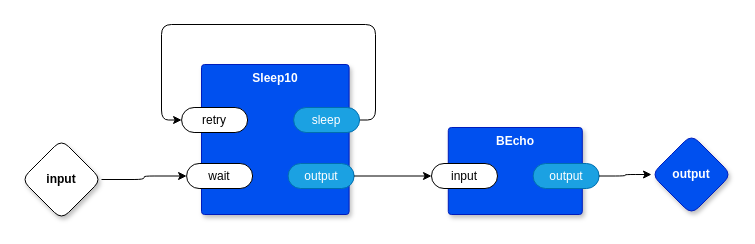
The draw.io diagram page "w10" (3 of 5) of example.drawio in guitarvydas/odin0d, before the edit. Source tidied: cells renumbered, new cells numbered last; positions are measured from the earlier drawing's top-left corner, leaving out a move shared by most shapes. Both pictures are drawn from the tidied source at 100%, with x=0, y=0 at pixel (21, 24).
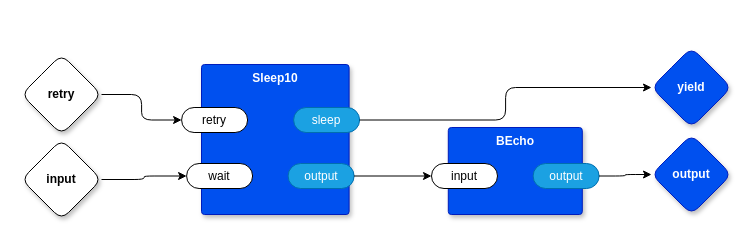
After the change.

What changed in the source:
```diff
@@
 <mxGraphModel>
   <root>
     <mxCell id="0" />
     <mxCell id="1" parent="0" />
     <mxCell id="2" value="BEcho" style="rounded=1;whiteSpace=wrap;html=1;sketch=0;verticalAlign=top;arcSize=6;fontStyle=1;absoluteArcSize=1;shadow=1;strokeColor=#001DBC;fillColor=#0050ef;fontColor=#ffffff;" parent="1" vertex="1">
       <mxGeometry x="426.8" y="103" width="134" height="87" as="geometry" />
     </mxCell>
     <mxCell id="3" value="input" style="rounded=1;whiteSpace=wrap;html=1;sketch=0;points=[[0,0.5,0,0,0],[1,0.5,0,0,0]];arcSize=50;" parent="2" vertex="1">
       <mxGeometry x="-16.8" y="36" width="66" height="25" as="geometry" />
     </mxCell>
     <mxCell id="4" value="output" style="rounded=1;whiteSpace=wrap;html=1;sketch=0;points=[[0,0.5,0,0,0],[1,0.5,0,0,0]];fillColor=#1ba1e2;fontColor=#ffffff;strokeColor=#006EAF;arcSize=50;" parent="2" vertex="1">
       <mxGeometry x="84.8" y="36" width="66" height="25" as="geometry" />
     </mxCell>
     <mxCell id="5" style="edgeStyle=orthogonalEdgeStyle;rounded=1;jettySize=auto;html=1;" parent="1" edge="1" source="6" target="10">
       <mxGeometry relative="1" as="geometry" />
     </mxCell>
     <mxCell id="6" value="input" style="rhombus;whiteSpace=wrap;html=1;rounded=1;fontStyle=1;glass=0;sketch=0;fontSize=12;points=[[0,0.5,0,0,0],[0.5,0,0,0,0],[0.5,1,0,0,0],[1,0.5,0,0,0]];shadow=1;" parent="1" vertex="1">
       <mxGeometry y="115" width="80" height="80" as="geometry" />
     </mxCell>
     <mxCell id="7" value="output" style="rhombus;whiteSpace=wrap;html=1;rounded=1;fillColor=#0050ef;fontColor=#ffffff;strokeColor=#001DBC;fontStyle=1;glass=0;sketch=0;fontSize=12;points=[[0,0.5,0,0,0],[0.5,0,0,0,0],[0.5,1,0,0,0],[1,0.5,0,0,0]];shadow=1;" parent="1" vertex="1">
       <mxGeometry x="630" y="110" width="80" height="80" as="geometry" />
     </mxCell>
     <mxCell id="8" style="edgeStyle=orthogonalEdgeStyle;rounded=1;jettySize=auto;html=1;exitX=1;exitY=0.5;exitDx=0;exitDy=0;exitPerimeter=0;" parent="1" edge="1" source="4" target="7">
       <mxGeometry relative="1" as="geometry" />
     </mxCell>
     <mxCell id="9" value="Sleep10" style="rounded=1;whiteSpace=wrap;html=1;sketch=0;verticalAlign=top;arcSize=6;fontStyle=1;absoluteArcSize=1;shadow=1;strokeColor=#001DBC;fillColor=#0050ef;fontColor=#ffffff;" parent="1" vertex="1">
       <mxGeometry x="180" y="40" width="147.6" height="150" as="geometry" />
     </mxCell>
     <mxCell id="10" value="wait" style="rounded=1;whiteSpace=wrap;html=1;sketch=0;points=[[0,0.5,0,0,0],[1,0.5,0,0,0]];arcSize=50;" parent="9" vertex="1">
       <mxGeometry x="-14.9" y="99" width="66" height="25" as="geometry" />
     </mxCell>
     <mxCell id="11" value="output" style="rounded=1;whiteSpace=wrap;html=1;sketch=0;points=[[0,0.5,0,0,0],[1,0.5,0,0,0]];fillColor=#1ba1e2;fontColor=#ffffff;strokeColor=#006EAF;arcSize=50;" parent="9" vertex="1">
       <mxGeometry x="86.6" y="99" width="66" height="25" as="geometry" />
     </mxCell>
     <mxCell id="12" value="retry" style="rounded=1;whiteSpace=wrap;html=1;sketch=0;points=[[0,0.5,0,0,0],[1,0.5,0,0,0]];arcSize=50;" parent="9" vertex="1">
       <mxGeometry x="-19.9" y="43" width="66" height="25" as="geometry" />
     </mxCell>
-    <mxCell id="13" style="edgeStyle=orthogonalEdgeStyle;rounded=1;jettySize=auto;html=1;entryX=0;entryY=0.5;entryDx=0;entryDy=0;entryPerimeter=0;" parent="9" edge="1" source="14" target="12">
-      <mxGeometry relative="1" as="geometry">
-        <Array as="points">
-          <mxPoint x="174" y="56" />
-          <mxPoint x="174" y="-40" />
-          <mxPoint x="-40" y="-40" />
-          <mxPoint x="-40" y="56" />
-        </Array>
-      </mxGeometry>
-    </mxCell>
     <mxCell id="14" value="sleep" style="rounded=1;whiteSpace=wrap;html=1;sketch=0;points=[[0,0.5,0,0,0],[1,0.5,0,0,0]];fillColor=#1ba1e2;fontColor=#ffffff;strokeColor=#006EAF;arcSize=50;" parent="9" vertex="1">
       <mxGeometry x="92.1" y="43" width="66" height="25" as="geometry" />
     </mxCell>
     <mxCell id="15" style="edgeStyle=orthogonalEdgeStyle;rounded=1;jettySize=auto;html=1;exitX=1;exitY=0.5;exitDx=0;exitDy=0;exitPerimeter=0;" parent="1" edge="1" source="11" target="3">
       <mxGeometry relative="1" as="geometry" />
     </mxCell>
+    <mxCell id="16" style="edgeStyle=orthogonalEdgeStyle;rounded=1;jettySize=auto;html=1;exitX=1;exitY=0.5;exitDx=0;exitDy=0;exitPerimeter=0;entryX=0;entryY=0.5;entryDx=0;entryDy=0;entryPerimeter=0;" parent="1" edge="1" source="17" target="12">
+      <mxGeometry relative="1" as="geometry" />
+    </mxCell>
+    <mxCell id="17" value="retry" style="rhombus;whiteSpace=wrap;html=1;rounded=1;fontStyle=1;glass=0;sketch=0;fontSize=12;points=[[0,0.5,0,0,0],[0.5,0,0,0,0],[0.5,1,0,0,0],[1,0.5,0,0,0]];shadow=1;" parent="1" vertex="1">
+      <mxGeometry y="30" width="80" height="80" as="geometry" />
+    </mxCell>
+    <mxCell id="18" value="yield" style="rhombus;whiteSpace=wrap;html=1;rounded=1;fillColor=#0050ef;fontColor=#ffffff;strokeColor=#001DBC;fontStyle=1;glass=0;sketch=0;fontSize=12;points=[[0,0.5,0,0,0],[0.5,0,0,0,0],[0.5,1,0,0,0],[1,0.5,0,0,0]];shadow=1;" parent="1" vertex="1">
+      <mxGeometry x="630" y="23" width="80" height="80" as="geometry" />
+    </mxCell>
+    <mxCell id="19" style="edgeStyle=orthogonalEdgeStyle;rounded=1;jettySize=auto;html=1;exitX=1;exitY=0.5;exitDx=0;exitDy=0;exitPerimeter=0;entryX=0;entryY=0.5;entryDx=0;entryDy=0;entryPerimeter=0;" parent="1" edge="1" source="14" target="18">
+      <mxGeometry relative="1" as="geometry" />
+    </mxCell>
   </root>
 </mxGraphModel>
```
